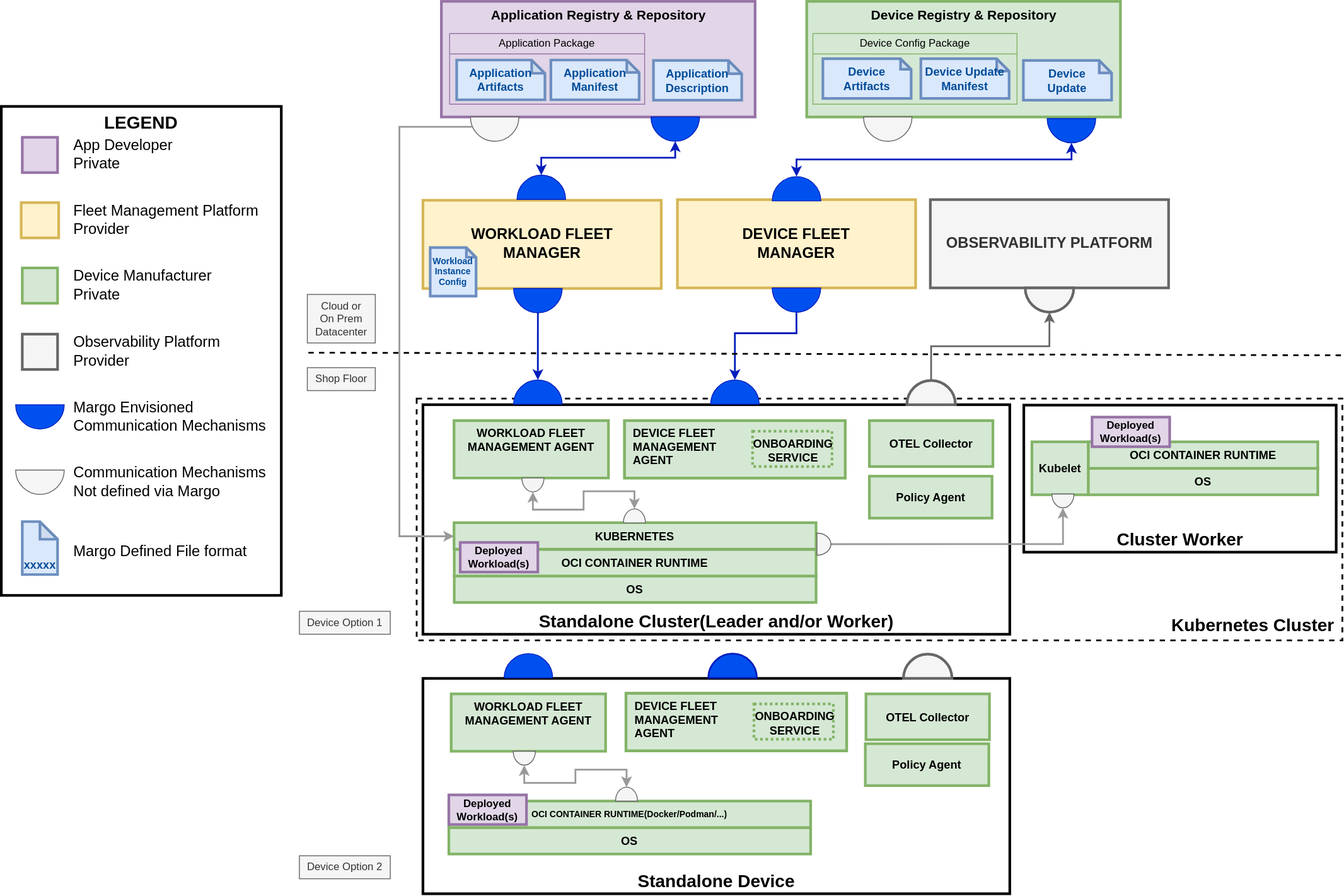
margo/specification keeps this draw.io diagram as system-design/figures/System-design.drawio.svg. Above is the earlier version. Source tidied: cells renumbered, new cells last; positions are measured from the earlier drawing's top-left corner, leaving out a move shared by most shapes.
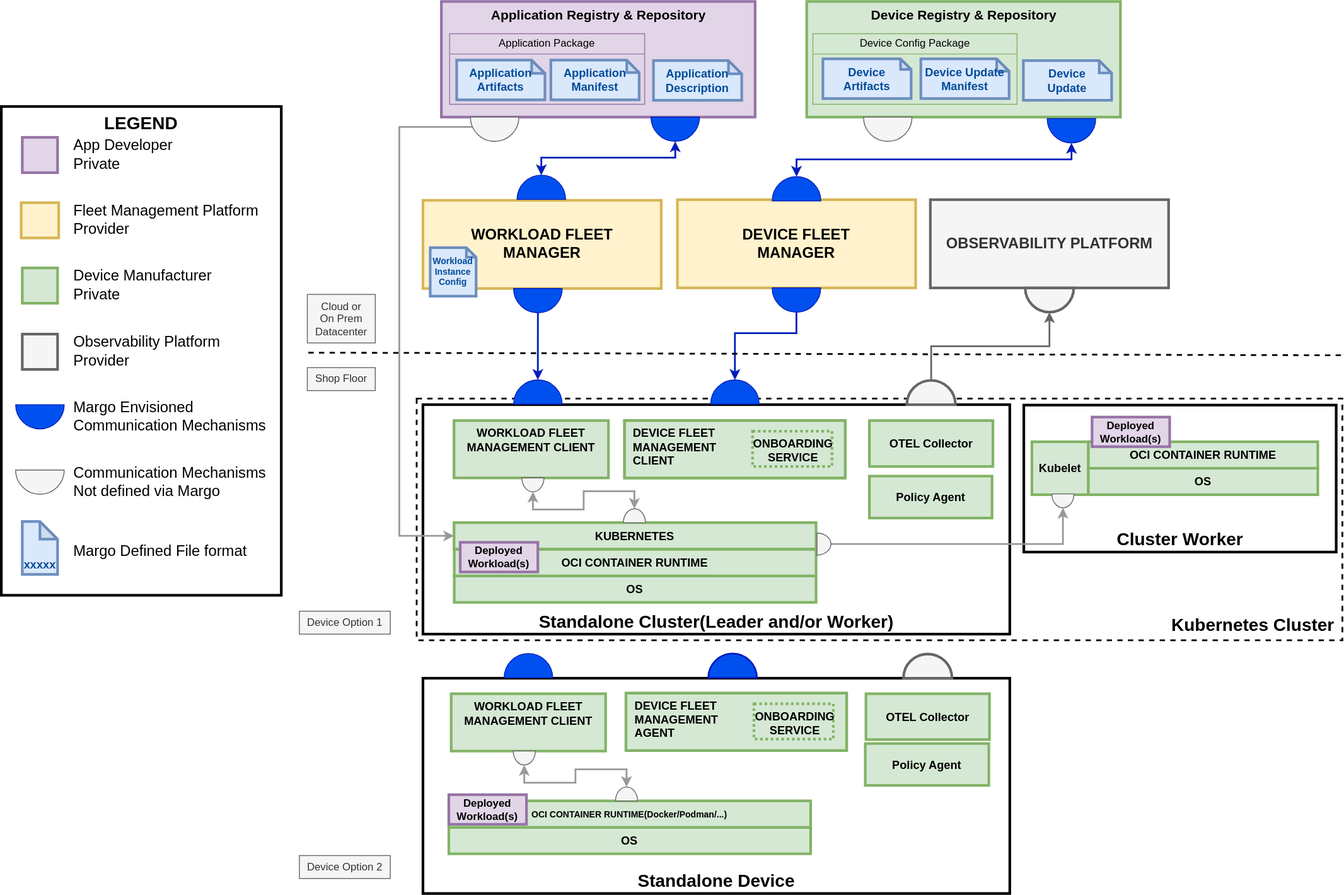
Later version of the same file.

Diff of the diagram source:
```diff
@@ -84,7 +84,7 @@
     <mxCell id="25" style="verticalLabelPosition=bottom;verticalAlign=middle;html=1;shape=mxgraph.basic.half_circle;fillColor=#f5f5f5;strokeColor=#666666;rounded=0;fontColor=#333333;rotation=-180;fontFamily=Helvetica;fontStyle=1;strokeWidth=3;align=center;fontSize=12;" parent="1" vertex="1">
       <mxGeometry x="1022.3" y="916.5" width="55" height="27.5" as="geometry" />
     </mxCell>
-    <mxCell id="26" value="WORKLOAD FLEET MANAGEMENT AGENT" style="whiteSpace=wrap;align=center;verticalAlign=top;fontStyle=1;strokeWidth=3;fontSize=13;rounded=0;fontFamily=Helvetica;fillColor=#d5e8d4;strokeColor=#82b366;" parent="1" vertex="1">
+    <mxCell id="26" value="WORKLOAD FLEET MANAGEMENT CLIENT" style="whiteSpace=wrap;align=center;verticalAlign=top;fontStyle=1;strokeWidth=3;fontSize=13;rounded=0;fontFamily=Helvetica;fillColor=#d5e8d4;strokeColor=#82b366;" parent="1" vertex="1">
       <mxGeometry x="509.8" y="961.6" width="175" height="65" as="geometry" />
     </mxCell>
     <mxCell id="27" style="verticalLabelPosition=bottom;verticalAlign=top;html=1;shape=mxgraph.basic.half_circle;fillColor=#0050ef;rotation=-180;rounded=0;fontFamily=Helvetica;fontColor=#ffffff;strokeColor=#001DBC;fontStyle=0;" parent="1" vertex="1">
@@ -99,7 +99,7 @@
     <mxCell id="30" value="OTEL Collector" style="whiteSpace=wrap;align=center;verticalAlign=middle;fontStyle=1;strokeWidth=3;fontSize=13;rounded=0;fillColor=#d5e8d4;strokeColor=#82b366;fontFamily=Helvetica;" parent="1" vertex="1">
       <mxGeometry x="983.7" y="652" width="140" height="52" as="geometry" />
     </mxCell>
-    <mxCell id="31" value="WORKLOAD FLEET MANAGEMENT AGENT" style="whiteSpace=wrap;align=center;verticalAlign=top;fontStyle=1;strokeWidth=3;fontSize=13;rounded=0;fontFamily=Helvetica;fillColor=#d5e8d4;strokeColor=#82b366;" parent="1" vertex="1">
+    <mxCell id="31" value="WORKLOAD FLEET MANAGEMENT CLIENT" style="whiteSpace=wrap;align=center;verticalAlign=top;fontStyle=1;strokeWidth=3;fontSize=13;rounded=0;fontFamily=Helvetica;fillColor=#d5e8d4;strokeColor=#82b366;" parent="1" vertex="1">
       <mxGeometry x="513" y="652" width="175" height="65" as="geometry" />
     </mxCell>
     <mxCell id="32" style="edgeStyle=orthogonalEdgeStyle;rounded=0;jettySize=auto;html=1;exitX=0.5;exitY=1;exitDx=0;exitDy=0;exitPerimeter=0;entryX=0.5;entryY=1;entryDx=0;entryDy=0;entryPerimeter=0;strokeColor=#999999;strokeWidth=2;align=center;verticalAlign=middle;fontFamily=Helvetica;fontSize=11;fontColor=default;labelBackgroundColor=default;startArrow=none;startFill=0;endArrow=classic;fillColor=#dae8fc;fontStyle=0;elbow=horizontal;endFill=1;" parent="1" edge="1" source="82" target="28">
@@ -111,7 +111,7 @@
     <mxCell id="34" style="group;rounded=0;strokeColor=#82b366;strokeWidth=3;align=center;verticalAlign=top;fontFamily=Helvetica;fontSize=13;fontColor=default;fontStyle=1;fillColor=#d5e8d4;" parent="33" vertex="1">
       <mxGeometry width="250" height="65" as="geometry" />
     </mxCell>
-    <mxCell id="35" value="DEVICE FLEET &#10;MANAGEMENT&#10;AGENT" style="whiteSpace=wrap;align=left;verticalAlign=top;fontStyle=1;strokeWidth=3;fillColor=#d5e8d4;strokeColor=#82b366;fontSize=13;rounded=0;spacingRight=5;spacingLeft=8;fontColor=default;fontFamily=Helvetica;" parent="34" vertex="1">
+    <mxCell id="35" value="DEVICE FLEET &#10;MANAGEMENT&#10;CLIENT" style="whiteSpace=wrap;align=left;verticalAlign=top;fontStyle=1;strokeWidth=3;fillColor=#d5e8d4;strokeColor=#82b366;fontSize=13;rounded=0;spacingRight=5;spacingLeft=8;fontColor=default;fontFamily=Helvetica;" parent="34" vertex="1">
       <mxGeometry width="250" height="65" as="geometry" />
     </mxCell>
     <mxCell id="36" value="ONBOARDING SERVICE" style="whiteSpace=wrap;align=center;verticalAlign=top;fontStyle=1;strokeWidth=3;fillColor=#d5e8d4;strokeColor=#82b366;fontSize=13;rounded=0;spacingRight=5;spacingLeft=8;fontColor=default;dashed=1;dashPattern=1 1;fontFamily=Helvetica;" parent="34" vertex="1">
```
